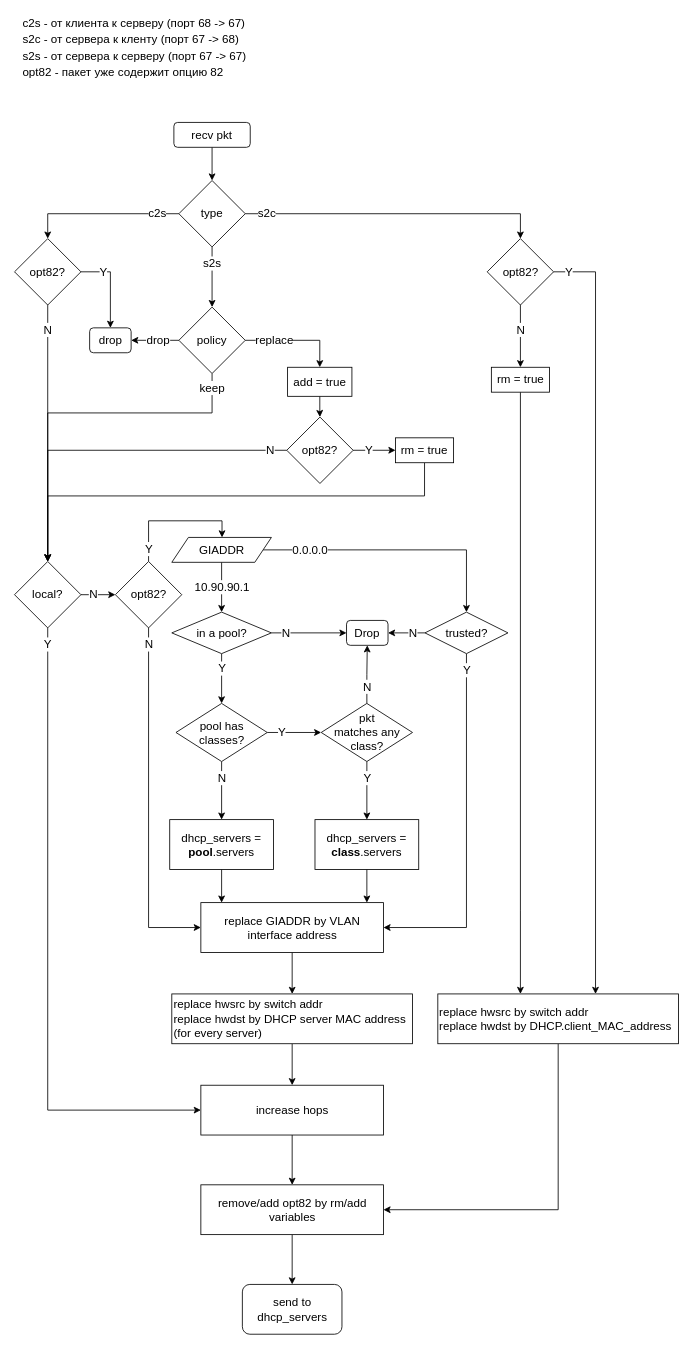
Before: DHCPRelay.drawio in alexksx/examples, a draw.io diagram. Source tidied: cells renumbered, new cells numbered last; positions are measured from the earlier drawing's top-left corner, leaving out a move shared by most shapes. Both pictures are drawn from the tidied source at 83%, with x=0, y=0 at pixel (14, 14).
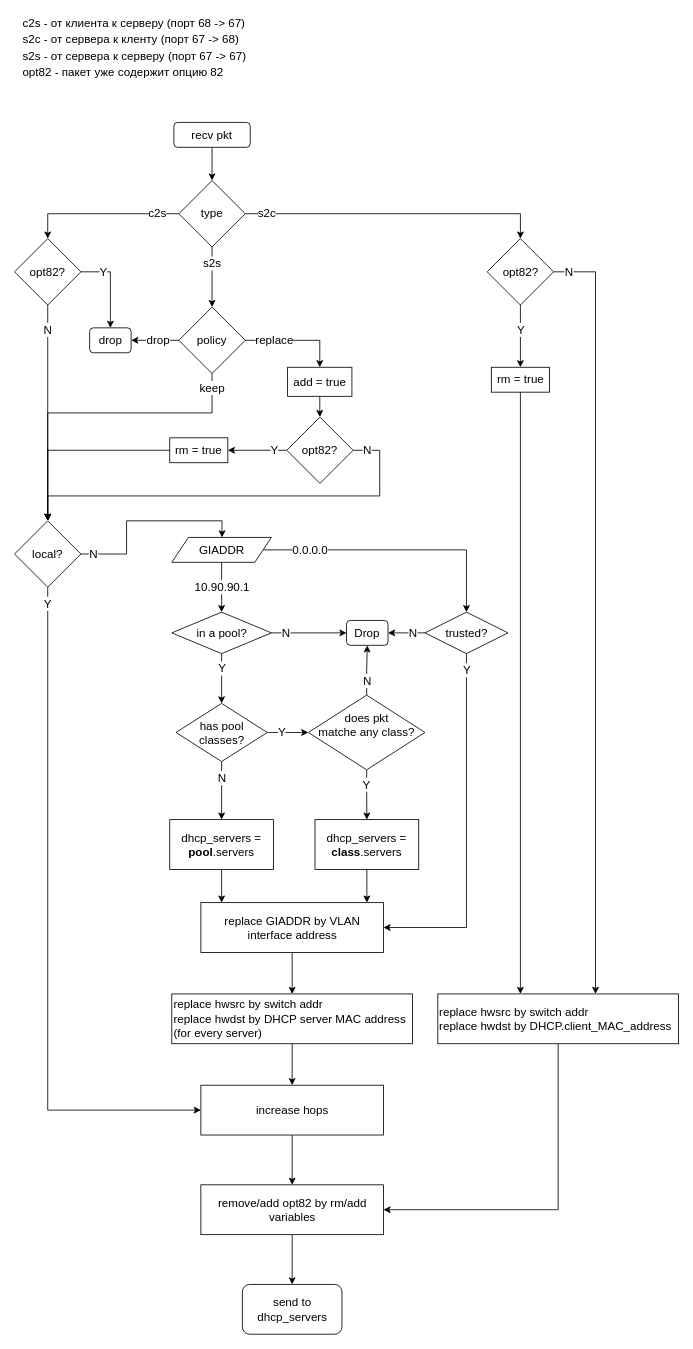
The same page after the edit.

The change refers to these unchanged cells:
```xml
<mxCell id="4" value="GIADDR" style="shape=parallelogram;perimeter=parallelogramPerimeter;whiteSpace=wrap;html=1;fixedSize=1;fontSize=14;" parent="1" vertex="1">
  <mxGeometry x="189.5" y="630" width="120" height="30" as="geometry" />
</mxCell>
<mxCell id="33" value="&lt;div&gt;replace GIADDR by VLAN&lt;/div&gt;&lt;div&gt; interface address&lt;/div&gt;" style="rounded=0;whiteSpace=wrap;html=1;labelBackgroundColor=none;fontSize=14;" parent="1" vertex="1">
  <mxGeometry x="224.5" y="1070" width="220" height="60" as="geometry" />
</mxCell>
<mxCell id="71" value="opt82?" style="rhombus;whiteSpace=wrap;html=1;labelBackgroundColor=none;fontSize=14;align=center;" parent="1" vertex="1">
  <mxGeometry x="328" y="485" width="80" height="80" as="geometry" />
</mxCell>
```

The edit, as a diff of the source:
```diff
@@
-    <mxCell id="19" value="pool has classes?" style="rhombus;whiteSpace=wrap;html=1;labelBackgroundColor=none;fontSize=14;" parent="1" vertex="1">
+    <mxCell id="19" value="has pool classes?" style="rhombus;whiteSpace=wrap;html=1;labelBackgroundColor=none;fontSize=14;" parent="1" vertex="1">
       <mxGeometry x="194.5" y="830" width="110" height="70" as="geometry" />
     </mxCell>
@@
-    <mxCell id="22" value="&lt;div&gt;pkt&lt;/div&gt;&lt;div&gt; matches any class?&lt;/div&gt;" style="rhombus;whiteSpace=wrap;html=1;labelBackgroundColor=none;fontSize=14;" parent="1" vertex="1">
-      <mxGeometry x="369.5" y="830" width="110" height="70" as="geometry" />
+    <mxCell id="22" value="does pkt&lt;div&gt; matche any class?&lt;/div&gt;&lt;div&gt;&lt;br&gt;&lt;/div&gt;" style="rhombus;whiteSpace=wrap;html=1;labelBackgroundColor=none;fontSize=14;" parent="1" vertex="1">
+      <mxGeometry x="354" y="820" width="140.5" height="90" as="geometry" />
     </mxCell>
@@
     <mxCell id="24" value="N" style="text;html=1;align=center;verticalAlign=middle;fontSize=14;labelBackgroundColor=#ffffff;" parent="1" vertex="1">
-      <mxGeometry x="410" y="800" width="30" height="20" as="geometry" />
+      <mxGeometry x="410" y="793" width="30" height="20" as="geometry" />
     </mxCell>
@@
     <mxCell id="26" value="Y" style="text;html=1;align=center;verticalAlign=middle;fontSize=14;labelBackgroundColor=#ffffff;" parent="1" vertex="1">
-      <mxGeometry x="414.5" y="910" width="20" height="20" as="geometry" />
+      <mxGeometry x="414.2" y="918" width="20" height="20" as="geometry" />
     </mxCell>
@@
-    <mxCell id="49" style="edgeStyle=orthogonalEdgeStyle;rounded=0;jettySize=auto;html=1;fontSize=14;exitX=0.5;exitY=1;exitDx=0;exitDy=0;" parent="1" edge="1" source="92" target="33">
-      <mxGeometry relative="1" as="geometry">
-        <Array as="points">
-          <mxPoint x="162" y="1100" />
-        </Array>
-      </mxGeometry>
-    </mxCell>
@@
-    <mxCell id="58" value="Y" style="text;html=1;align=center;verticalAlign=middle;fontSize=14;labelBackgroundColor=#ffffff;labelBorderColor=none;" parent="1" vertex="1">
-      <mxGeometry x="657.5" y="300" width="20" height="20" as="geometry" />
+    <mxCell id="58" value="N" style="text;html=1;align=center;verticalAlign=middle;fontSize=14;labelBackgroundColor=#ffffff;labelBorderColor=none;" parent="1" vertex="1">
+      <mxGeometry x="652.5" y="300" width="30" height="20" as="geometry" />
     </mxCell>
@@
-    <mxCell id="69" style="edgeStyle=orthogonalEdgeStyle;rounded=0;jettySize=auto;html=1;entryX=0;entryY=0.5;entryDx=0;entryDy=0;fontSize=14;" parent="1" edge="1" source="71" target="73">
+    <mxCell id="69" style="edgeStyle=orthogonalEdgeStyle;rounded=0;jettySize=auto;html=1;fontSize=14;" parent="1" edge="1" source="71" target="73">
       <mxGeometry relative="1" as="geometry" />
     </mxCell>
     <mxCell id="70" style="edgeStyle=orthogonalEdgeStyle;rounded=0;jettySize=auto;html=1;fontSize=14;" parent="1" edge="1" source="71" target="88">
       <mxGeometry relative="1" as="geometry">
         <Array as="points">
-          <mxPoint x="40" y="525" />
+          <mxPoint x="440" y="525" />
+          <mxPoint x="440" y="580" />
+          <mxPoint x="40" y="580" />
         </Array>
       </mxGeometry>
     </mxCell>
@@
     <mxCell id="72" style="edgeStyle=orthogonalEdgeStyle;rounded=0;jettySize=auto;html=1;fontSize=14;" parent="1" edge="1" source="73" target="88">
-      <mxGeometry relative="1" as="geometry">
-        <Array as="points">
-          <mxPoint x="494" y="580" />
-          <mxPoint x="40" y="580" />
-        </Array>
-      </mxGeometry>
+      <mxGeometry relative="1" as="geometry" />
     </mxCell>
     <mxCell id="73" value="rm = true" style="rounded=0;whiteSpace=wrap;html=1;labelBackgroundColor=#ffffff;fontSize=14;align=center;" parent="1" vertex="1">
-      <mxGeometry x="459" y="510" width="70" height="30" as="geometry" />
+      <mxGeometry x="187" y="510" width="70" height="30" as="geometry" />
     </mxCell>
     <mxCell id="74" value="Y" style="text;html=1;align=center;verticalAlign=middle;fontSize=14;labelBackgroundColor=#ffffff;labelBorderColor=none;" parent="1" vertex="1">
-      <mxGeometry x="416.5" y="515" width="20" height="20" as="geometry" />
+      <mxGeometry x="302.5" y="515" width="20" height="20" as="geometry" />
     </mxCell>
     <mxCell id="75" value="N" style="text;html=1;align=center;verticalAlign=middle;fontSize=14;labelBackgroundColor=#ffffff;labelBorderColor=none;" parent="1" vertex="1">
-      <mxGeometry x="292.5" y="515" width="30" height="20" as="geometry" />
+      <mxGeometry x="409.5" y="515" width="30" height="20" as="geometry" />
     </mxCell>
@@
-    <mxCell id="77" value="N" style="text;html=1;align=center;verticalAlign=middle;fontSize=14;labelBackgroundColor=#ffffff;labelBorderColor=none;" parent="1" vertex="1">
-      <mxGeometry x="594.5" y="370" width="30" height="20" as="geometry" />
+    <mxCell id="77" value="Y" style="text;html=1;align=center;verticalAlign=middle;fontSize=14;labelBackgroundColor=#ffffff;labelBorderColor=none;" parent="1" vertex="1">
+      <mxGeometry x="599.5" y="370" width="20" height="20" as="geometry" />
     </mxCell>
@@
-    <mxCell id="87" style="edgeStyle=orthogonalEdgeStyle;rounded=0;jettySize=auto;html=1;exitX=1;exitY=0.5;exitDx=0;exitDy=0;fontSize=14;" parent="1" edge="1" source="88" target="92">
-      <mxGeometry relative="1" as="geometry" />
+    <mxCell id="87" style="edgeStyle=orthogonalEdgeStyle;rounded=0;jettySize=auto;html=1;exitX=1;exitY=0.5;exitDx=0;exitDy=0;fontSize=14;" parent="1" edge="1" source="88" target="4">
+      <mxGeometry relative="1" as="geometry">
+        <Array as="points">
+          <mxPoint x="135" y="650" />
+          <mxPoint x="135" y="610" />
+          <mxPoint x="250" y="610" />
+        </Array>
+      </mxGeometry>
     </mxCell>
     <mxCell id="88" value="&lt;div&gt;local?&lt;/div&gt;" style="rhombus;whiteSpace=wrap;html=1;labelBackgroundColor=#ffffff;fontSize=14;align=center;" parent="1" vertex="1">
-      <mxGeometry y="659" width="80" height="80" as="geometry" />
+      <mxGeometry y="610" width="80" height="80" as="geometry" />
     </mxCell>
     <mxCell id="89" value="N" style="text;html=1;align=center;verticalAlign=middle;fontSize=14;labelBackgroundColor=#ffffff;labelBorderColor=none;" parent="1" vertex="1">
-      <mxGeometry x="80" y="689" width="30" height="20" as="geometry" />
+      <mxGeometry x="80" y="640" width="30" height="20" as="geometry" />
     </mxCell>
     <mxCell id="90" value="Y" style="text;html=1;align=center;verticalAlign=middle;fontSize=14;labelBackgroundColor=#ffffff;" parent="1" vertex="1">
-      <mxGeometry x="30" y="749" width="20" height="20" as="geometry" />
+      <mxGeometry x="30" y="700" width="20" height="20" as="geometry" />
     </mxCell>
-    <mxCell id="91" style="edgeStyle=orthogonalEdgeStyle;rounded=0;jettySize=auto;html=1;exitX=0.5;exitY=0;exitDx=0;exitDy=0;fontSize=14;" parent="1" edge="1" source="92" target="4">
-      <mxGeometry relative="1" as="geometry">
-        <Array as="points">
-          <mxPoint x="162" y="610" />
-          <mxPoint x="250" y="610" />
-        </Array>
-      </mxGeometry>
-    </mxCell>
-    <mxCell id="92" value="opt82?" style="rhombus;whiteSpace=wrap;html=1;labelBackgroundColor=#ffffff;fontSize=14;align=center;" parent="1" vertex="1">
-      <mxGeometry x="121.5" y="659" width="80" height="80" as="geometry" />
-    </mxCell>
-    <mxCell id="93" value="Y" style="text;html=1;align=center;verticalAlign=middle;fontSize=14;labelBackgroundColor=#ffffff;" parent="1" vertex="1">
-      <mxGeometry x="151.5" y="634" width="20" height="20" as="geometry" />
-    </mxCell>
-    <mxCell id="94" value="N" style="text;html=1;align=center;verticalAlign=middle;fontSize=14;labelBackgroundColor=#ffffff;labelBorderColor=none;" parent="1" vertex="1">
-      <mxGeometry x="146.5" y="749" width="30" height="20" as="geometry" />
-    </mxCell>
```
